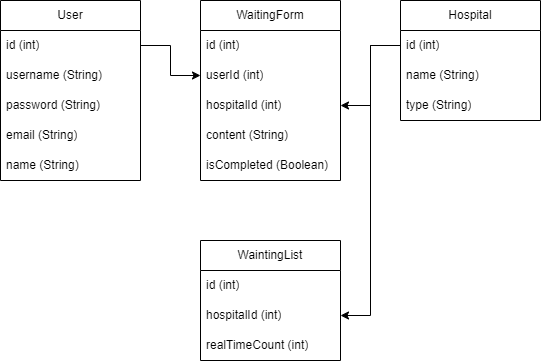
Above: document/erd.drawio.png in SYULION-11TH-TEAM5/BackEnd (draw.io), before the change. Source tidied: cells renumbered, new cells last; positions are measured from the earlier drawing's top-left corner, leaving out a move shared by most shapes. Its diagram source:
```xml
<mxGraphModel>
  <root>
    <mxCell id="0" />
    <mxCell id="1" parent="0" />
    <mxCell id="2" value="User" style="swimlane;fontStyle=0;horizontal=1;startSize=30;whiteSpace=wrap;html=1;" parent="1" vertex="1">
      <mxGeometry width="140" height="180" as="geometry" />
    </mxCell>
    <mxCell id="3" value="id (int)" style="text;strokeColor=none;fillColor=none;align=left;verticalAlign=middle;spacingLeft=4;spacingRight=4;overflow=hidden;points=[[0,0.5],[1,0.5]];portConstraint=eastwest;whiteSpace=wrap;html=1;" parent="2" vertex="1">
      <mxGeometry y="30" width="140" height="30" as="geometry" />
    </mxCell>
    <mxCell id="4" value="username (String)" style="text;strokeColor=none;fillColor=none;align=left;verticalAlign=middle;spacingLeft=4;spacingRight=4;overflow=hidden;whiteSpace=wrap;html=1;" parent="2" vertex="1">
      <mxGeometry y="60" width="140" height="30" as="geometry" />
    </mxCell>
    <mxCell id="5" value="password (String)" style="text;strokeColor=none;fillColor=none;align=left;verticalAlign=middle;spacingLeft=4;spacingRight=4;overflow=hidden;whiteSpace=wrap;html=1;" parent="2" vertex="1">
      <mxGeometry y="90" width="140" height="30" as="geometry" />
    </mxCell>
    <mxCell id="6" value="email (String)" style="text;strokeColor=none;fillColor=none;align=left;verticalAlign=middle;spacingLeft=4;spacingRight=4;overflow=hidden;whiteSpace=wrap;html=1;" parent="2" vertex="1">
      <mxGeometry y="120" width="140" height="30" as="geometry" />
    </mxCell>
    <mxCell id="7" value="name (String)" style="text;strokeColor=none;fillColor=none;align=left;verticalAlign=middle;spacingLeft=4;spacingRight=4;overflow=hidden;whiteSpace=wrap;html=1;" parent="2" vertex="1">
      <mxGeometry y="150" width="140" height="30" as="geometry" />
    </mxCell>
    <mxCell id="8" value="Hospital" style="swimlane;fontStyle=0;horizontal=1;startSize=30;whiteSpace=wrap;html=1;" parent="1" vertex="1">
      <mxGeometry x="400" width="140" height="120" as="geometry" />
    </mxCell>
    <mxCell id="9" value="id (int)" style="text;strokeColor=none;fillColor=none;align=left;verticalAlign=middle;spacingLeft=4;spacingRight=4;overflow=hidden;points=[[0,0.5],[1,0.5]];portConstraint=eastwest;whiteSpace=wrap;html=1;" parent="8" vertex="1">
      <mxGeometry y="30" width="140" height="30" as="geometry" />
    </mxCell>
    <mxCell id="10" value="name (String)" style="text;strokeColor=none;fillColor=none;align=left;verticalAlign=middle;spacingLeft=4;spacingRight=4;overflow=hidden;whiteSpace=wrap;html=1;" parent="8" vertex="1">
      <mxGeometry y="60" width="140" height="30" as="geometry" />
    </mxCell>
    <mxCell id="11" value="type (String)" style="text;strokeColor=none;fillColor=none;align=left;verticalAlign=middle;spacingLeft=4;spacingRight=4;overflow=hidden;whiteSpace=wrap;html=1;" parent="8" vertex="1">
      <mxGeometry y="90" width="140" height="30" as="geometry" />
    </mxCell>
    <mxCell id="12" value="WaitingForm" style="swimlane;fontStyle=0;horizontal=1;startSize=30;whiteSpace=wrap;html=1;" parent="1" vertex="1">
      <mxGeometry x="200" width="140" height="180" as="geometry" />
    </mxCell>
    <mxCell id="13" value="id (int)" style="text;strokeColor=none;fillColor=none;align=left;verticalAlign=middle;spacingLeft=4;spacingRight=4;overflow=hidden;whiteSpace=wrap;html=1;" parent="12" vertex="1">
      <mxGeometry y="30" width="140" height="30" as="geometry" />
    </mxCell>
    <mxCell id="14" value="userId (int)" style="text;strokeColor=none;fillColor=none;align=left;verticalAlign=middle;spacingLeft=4;spacingRight=4;overflow=hidden;points=[[0,0.5],[1,0.5]];portConstraint=eastwest;whiteSpace=wrap;html=1;" parent="12" vertex="1">
      <mxGeometry y="60" width="140" height="30" as="geometry" />
    </mxCell>
    <mxCell id="15" value="hospitalId (int)" style="text;strokeColor=none;fillColor=none;align=left;verticalAlign=middle;spacingLeft=4;spacingRight=4;overflow=hidden;points=[[0,0.5],[1,0.5]];portConstraint=eastwest;whiteSpace=wrap;html=1;" parent="12" vertex="1">
      <mxGeometry y="90" width="140" height="30" as="geometry" />
    </mxCell>
    <mxCell id="16" value="content (String)" style="text;strokeColor=none;fillColor=none;align=left;verticalAlign=middle;spacingLeft=4;spacingRight=4;overflow=hidden;whiteSpace=wrap;html=1;" parent="12" vertex="1">
      <mxGeometry y="120" width="140" height="30" as="geometry" />
    </mxCell>
    <mxCell id="17" value="isCompleted (Boolean)" style="text;strokeColor=none;fillColor=none;align=left;verticalAlign=middle;spacingLeft=4;spacingRight=4;overflow=hidden;whiteSpace=wrap;html=1;" parent="12" vertex="1">
      <mxGeometry y="150" width="140" height="30" as="geometry" />
    </mxCell>
    <mxCell id="18" value="WaintingList" style="swimlane;fontStyle=0;horizontal=1;startSize=30;whiteSpace=wrap;html=1;" parent="1" vertex="1">
      <mxGeometry x="200" y="240" width="140" height="120" as="geometry" />
    </mxCell>
    <mxCell id="19" value="id (int)" style="text;strokeColor=none;fillColor=none;align=left;verticalAlign=middle;spacingLeft=4;spacingRight=4;overflow=hidden;whiteSpace=wrap;html=1;" parent="18" vertex="1">
      <mxGeometry y="30" width="140" height="30" as="geometry" />
    </mxCell>
    <mxCell id="20" value="hospitalId (int)" style="text;strokeColor=none;fillColor=none;align=left;verticalAlign=middle;spacingLeft=4;spacingRight=4;overflow=hidden;points=[[0,0.5],[1,0.5]];portConstraint=eastwest;whiteSpace=wrap;html=1;" parent="18" vertex="1">
      <mxGeometry y="60" width="140" height="30" as="geometry" />
    </mxCell>
    <mxCell id="21" value="realTimeCount (int)" style="text;strokeColor=none;fillColor=none;align=left;verticalAlign=middle;spacingLeft=4;spacingRight=4;overflow=hidden;whiteSpace=wrap;html=1;" parent="18" vertex="1">
      <mxGeometry y="90" width="140" height="30" as="geometry" />
    </mxCell>
    <mxCell id="22" style="edgeStyle=orthogonalEdgeStyle;rounded=0;jettySize=auto;html=1;" parent="1" edge="1" source="3" target="14">
      <mxGeometry relative="1" as="geometry" />
    </mxCell>
    <mxCell id="23" style="edgeStyle=orthogonalEdgeStyle;rounded=0;jettySize=auto;html=1;" parent="1" edge="1" source="9" target="15">
      <mxGeometry relative="1" as="geometry" />
    </mxCell>
    <mxCell id="24" style="edgeStyle=orthogonalEdgeStyle;rounded=0;jettySize=auto;html=1;entryX=1;entryY=0.5;entryDx=0;entryDy=0;" parent="1" edge="1" source="9" target="20">
      <mxGeometry relative="1" as="geometry" />
    </mxCell>
  </root>
</mxGraphModel>
```
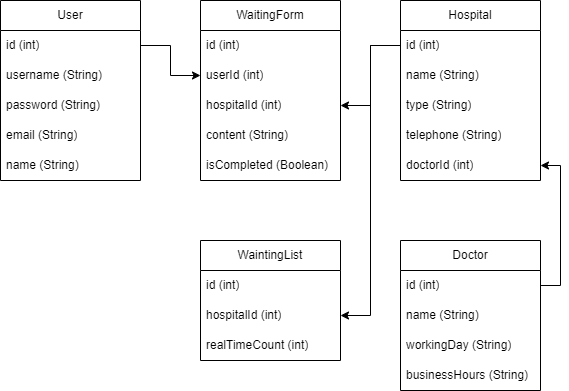
After the commit.

Commit message:
ERD Doctor 엔티티 추가

What changed in the source:
```diff
@@ -21,7 +21,7 @@
       <mxGeometry y="150" width="140" height="30" as="geometry" />
     </mxCell>
     <mxCell id="8" value="Hospital" style="swimlane;fontStyle=0;horizontal=1;startSize=30;whiteSpace=wrap;html=1;" parent="1" vertex="1">
-      <mxGeometry x="400" width="140" height="120" as="geometry" />
+      <mxGeometry x="400" width="140" height="180" as="geometry" />
     </mxCell>
     <mxCell id="9" value="id (int)" style="text;strokeColor=none;fillColor=none;align=left;verticalAlign=middle;spacingLeft=4;spacingRight=4;overflow=hidden;points=[[0,0.5],[1,0.5]];portConstraint=eastwest;whiteSpace=wrap;html=1;" parent="8" vertex="1">
       <mxGeometry y="30" width="140" height="30" as="geometry" />
@@ -32,6 +32,12 @@
     <mxCell id="11" value="type (String)" style="text;strokeColor=none;fillColor=none;align=left;verticalAlign=middle;spacingLeft=4;spacingRight=4;overflow=hidden;whiteSpace=wrap;html=1;" parent="8" vertex="1">
       <mxGeometry y="90" width="140" height="30" as="geometry" />
     </mxCell>
+    <mxCell id="25" value="telephone (String)" style="text;strokeColor=none;fillColor=none;align=left;verticalAlign=middle;spacingLeft=4;spacingRight=4;overflow=hidden;whiteSpace=wrap;html=1;" parent="8" vertex="1">
+      <mxGeometry y="120" width="140" height="30" as="geometry" />
+    </mxCell>
+    <mxCell id="26" value="doctorId (int)" style="text;strokeColor=none;fillColor=none;align=left;verticalAlign=middle;spacingLeft=4;spacingRight=4;overflow=hidden;points=[[0,0.5],[1,0.5]];portConstraint=eastwest;whiteSpace=wrap;html=1;" parent="8" vertex="1">
+      <mxGeometry y="150" width="140" height="30" as="geometry" />
+    </mxCell>
     <mxCell id="12" value="WaitingForm" style="swimlane;fontStyle=0;horizontal=1;startSize=30;whiteSpace=wrap;html=1;" parent="1" vertex="1">
       <mxGeometry x="200" width="140" height="180" as="geometry" />
     </mxCell>
@@ -71,5 +77,28 @@
     <mxCell id="24" style="edgeStyle=orthogonalEdgeStyle;rounded=0;jettySize=auto;html=1;entryX=1;entryY=0.5;entryDx=0;entryDy=0;" parent="1" edge="1" source="9" target="20">
       <mxGeometry relative="1" as="geometry" />
     </mxCell>
+    <mxCell id="27" value="Doctor" style="swimlane;fontStyle=0;horizontal=1;startSize=30;whiteSpace=wrap;html=1;" parent="1" vertex="1">
+      <mxGeometry x="400" y="240" width="140" height="150" as="geometry" />
+    </mxCell>
+    <mxCell id="28" value="id (int)" style="text;strokeColor=none;fillColor=none;align=left;verticalAlign=middle;spacingLeft=4;spacingRight=4;overflow=hidden;points=[[0,0.5],[1,0.5]];portConstraint=eastwest;whiteSpace=wrap;html=1;" parent="27" vertex="1">
+      <mxGeometry y="30" width="140" height="30" as="geometry" />
+    </mxCell>
+    <mxCell id="29" value="name (String)" style="text;strokeColor=none;fillColor=none;align=left;verticalAlign=middle;spacingLeft=4;spacingRight=4;overflow=hidden;whiteSpace=wrap;html=1;" parent="27" vertex="1">
+      <mxGeometry y="60" width="140" height="30" as="geometry" />
+    </mxCell>
+    <mxCell id="30" value="workingDay (String)" style="text;strokeColor=none;fillColor=none;align=left;verticalAlign=middle;spacingLeft=4;spacingRight=4;overflow=hidden;whiteSpace=wrap;html=1;" parent="27" vertex="1">
+      <mxGeometry y="90" width="140" height="30" as="geometry" />
+    </mxCell>
+    <mxCell id="31" value="businessHours (String)" style="text;strokeColor=none;fillColor=none;align=left;verticalAlign=middle;spacingLeft=4;spacingRight=4;overflow=hidden;whiteSpace=wrap;html=1;" parent="27" vertex="1">
+      <mxGeometry y="120" width="140" height="30" as="geometry" />
+    </mxCell>
+    <mxCell id="32" style="edgeStyle=orthogonalEdgeStyle;rounded=0;jettySize=auto;html=1;entryX=1;entryY=0.5;entryDx=0;entryDy=0;" parent="1" edge="1" source="28" target="26">
+      <mxGeometry relative="1" as="geometry">
+        <Array as="points">
+          <mxPoint x="560" y="285" />
+          <mxPoint x="560" y="165" />
+        </Array>
+      </mxGeometry>
+    </mxCell>
   </root>
 </mxGraphModel>
```
